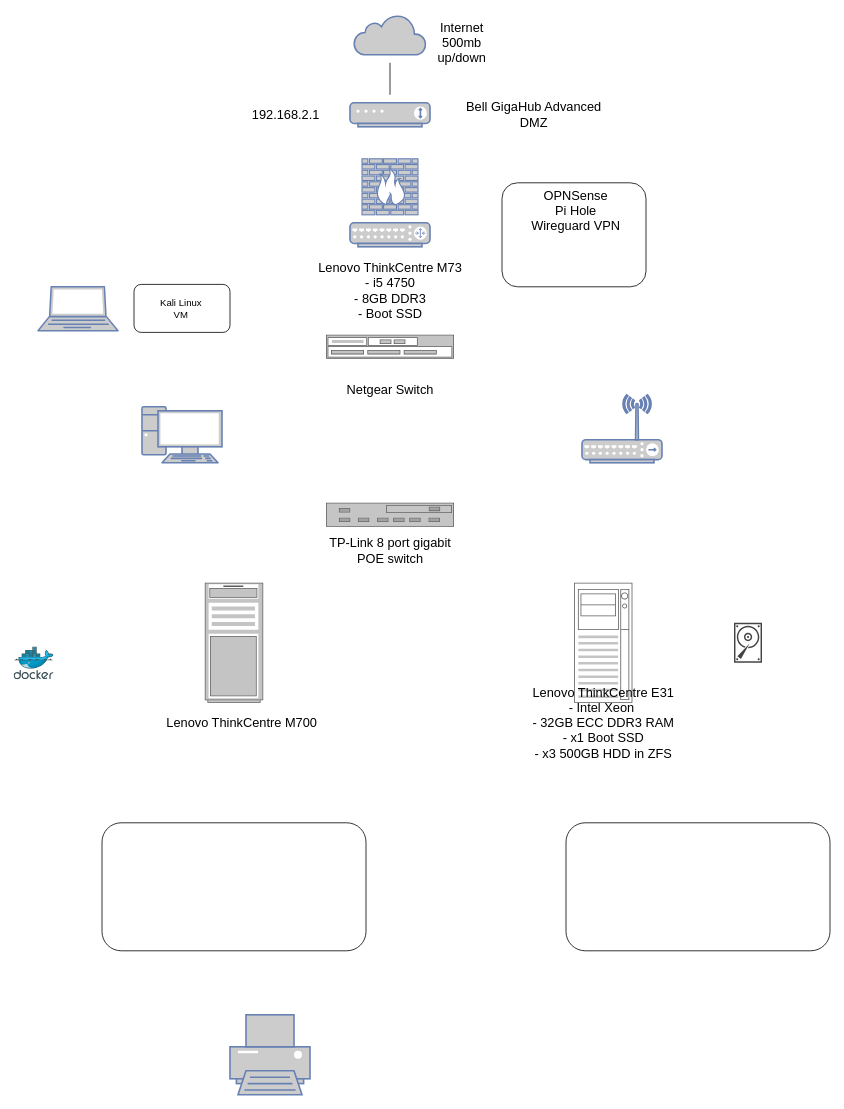
Before: network-diagram.drawio in lawrence-matsuoka/home-server, a draw.io diagram. Source tidied: cells renumbered, new cells numbered last; positions are measured from the earlier drawing's top-left corner, leaving out a move shared by most shapes. Both pictures are drawn from the tidied source at 80%, with x=0, y=0 at pixel (14, 14).
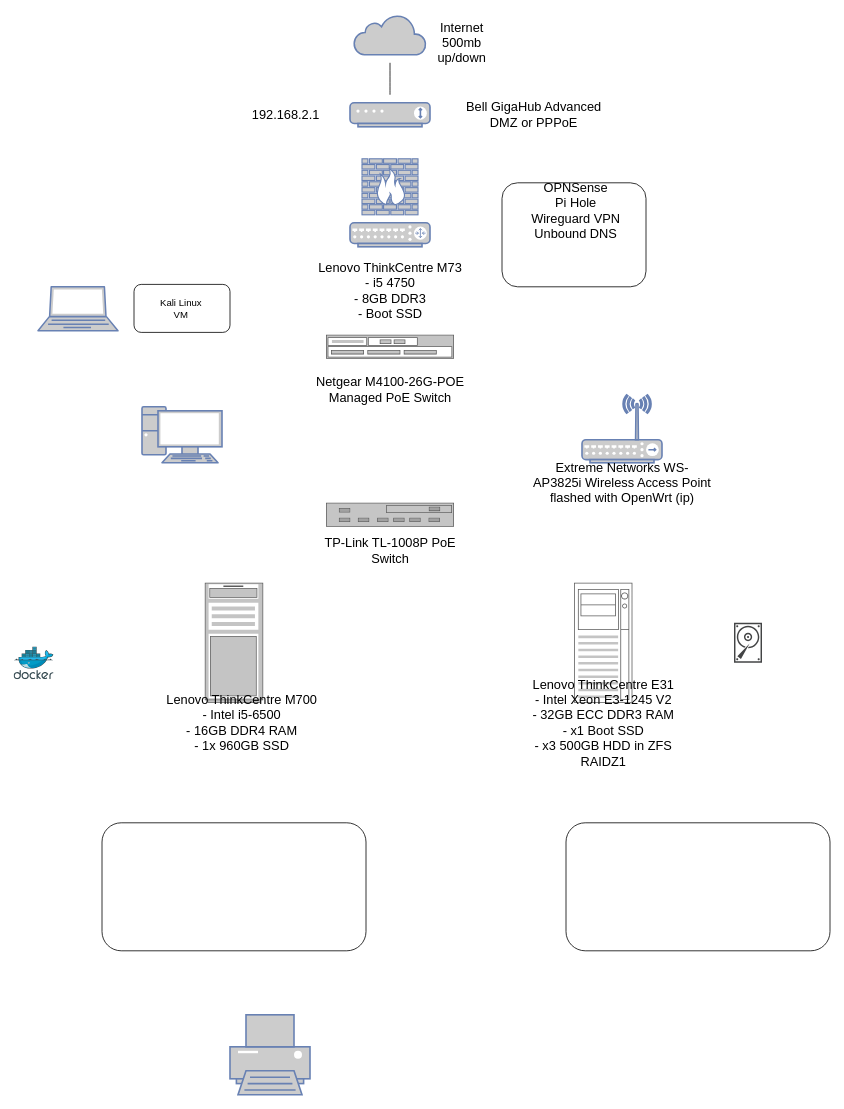
The same diagram, later.

Commit message (it also covers changes not shown here):
add short description for network diagram

Change to the diagram source:
```diff
@@
-    <mxCell id="6" value="Bell GigaHub Advanced DMZ" style="text;html=1;align=center;verticalAlign=middle;whiteSpace=wrap;rounded=0;fontSize=16;" parent="1" vertex="1">
+    <mxCell id="6" value="Bell GigaHub Advanced DMZ or PPPoE" style="text;html=1;align=center;verticalAlign=middle;whiteSpace=wrap;rounded=0;fontSize=16;" parent="1" vertex="1">
       <mxGeometry x="550" y="110" width="200" height="30" as="geometry" />
     </mxCell>
@@
-    <mxCell id="20" value="Lenovo ThinkCentre M700" style="text;html=1;align=center;verticalAlign=middle;whiteSpace=wrap;rounded=0;fontSize=16;" parent="1" vertex="1">
+    <mxCell id="20" value="Lenovo ThinkCentre M700&lt;div&gt;- Intel i5-6500&lt;/div&gt;&lt;div&gt;- 16GB DDR4 RAM&lt;/div&gt;&lt;div&gt;- 1x 960GB SSD&lt;/div&gt;" style="text;html=1;align=center;verticalAlign=middle;whiteSpace=wrap;rounded=0;fontSize=16;" parent="1" vertex="1">
       <mxGeometry x="180" y="870" width="210" height="30" as="geometry" />
     </mxCell>
-    <mxCell id="21" value="Lenovo ThinkCentre E31&lt;div&gt;- Intel Xeon&amp;nbsp;&lt;/div&gt;&lt;div&gt;- 32GB ECC DDR3 RAM&lt;/div&gt;&lt;div&gt;- x1 Boot SSD&lt;/div&gt;&lt;div&gt;- x3 500GB HDD in ZFS&lt;/div&gt;" style="text;html=1;align=center;verticalAlign=middle;whiteSpace=wrap;rounded=0;fontSize=16;" parent="1" vertex="1">
+    <mxCell id="21" value="Lenovo ThinkCentre E31&lt;div&gt;- Intel Xeon E3-1245 V2&lt;/div&gt;&lt;div&gt;- 32GB ECC DDR3 RAM&lt;/div&gt;&lt;div&gt;- x1 Boot SSD&lt;/div&gt;&lt;div&gt;- x3 500GB HDD in ZFS RAIDZ1&lt;/div&gt;" style="text;html=1;align=center;verticalAlign=middle;whiteSpace=wrap;rounded=0;fontSize=16;" parent="1" vertex="1">
       <mxGeometry x="631.5" y="870" width="210" height="30" as="geometry" />
     </mxCell>
-    <mxCell id="22" value="OPNSense&lt;div&gt;Pi Hole&lt;/div&gt;&lt;div&gt;Wireguard VPN&lt;/div&gt;" style="text;html=1;align=center;verticalAlign=middle;whiteSpace=wrap;rounded=0;fontSize=16;" parent="1" vertex="1">
+    <mxCell id="22" value="OPNSense&lt;div&gt;Pi Hole&lt;/div&gt;&lt;div&gt;Wireguard VPN&lt;/div&gt;&lt;div&gt;Unbound DNS&lt;/div&gt;" style="text;html=1;align=center;verticalAlign=middle;whiteSpace=wrap;rounded=0;fontSize=16;" parent="1" vertex="1">
       <mxGeometry x="590" y="200" width="225" height="90" as="geometry" />
     </mxCell>
-    <mxCell id="23" value="Netgear Switch" style="text;html=1;align=center;verticalAlign=middle;whiteSpace=wrap;rounded=0;fontSize=16;" parent="1" vertex="1">
+    <mxCell id="23" value="Netgear M4100-26G-POE Managed PoE Switch" style="text;html=1;align=center;verticalAlign=middle;whiteSpace=wrap;rounded=0;fontSize=16;" parent="1" vertex="1">
       <mxGeometry x="357.5" y="422.5" width="225" height="90" as="geometry" />
     </mxCell>
-    <mxCell id="24" value="TP-Link 8 port gigabit POE switch" style="text;html=1;align=center;verticalAlign=middle;whiteSpace=wrap;rounded=0;fontSize=16;" parent="1" vertex="1">
+    <mxCell id="24" value="TP-Link TL-1008P PoE Switch" style="text;html=1;align=center;verticalAlign=middle;whiteSpace=wrap;rounded=0;fontSize=16;" parent="1" vertex="1">
       <mxGeometry x="378.8" y="644.5" width="182.5" height="50" as="geometry" />
     </mxCell>
@@
+    <mxCell id="31" value="Extreme Networks WS-AP3825i Wireless Access Point flashed with OpenWrt (ip)" style="text;html=1;align=center;verticalAlign=middle;whiteSpace=wrap;rounded=0;fontSize=16;" parent="1" vertex="1">
+      <mxGeometry x="647.5" y="540" width="225" height="90" as="geometry" />
+    </mxCell>
```
